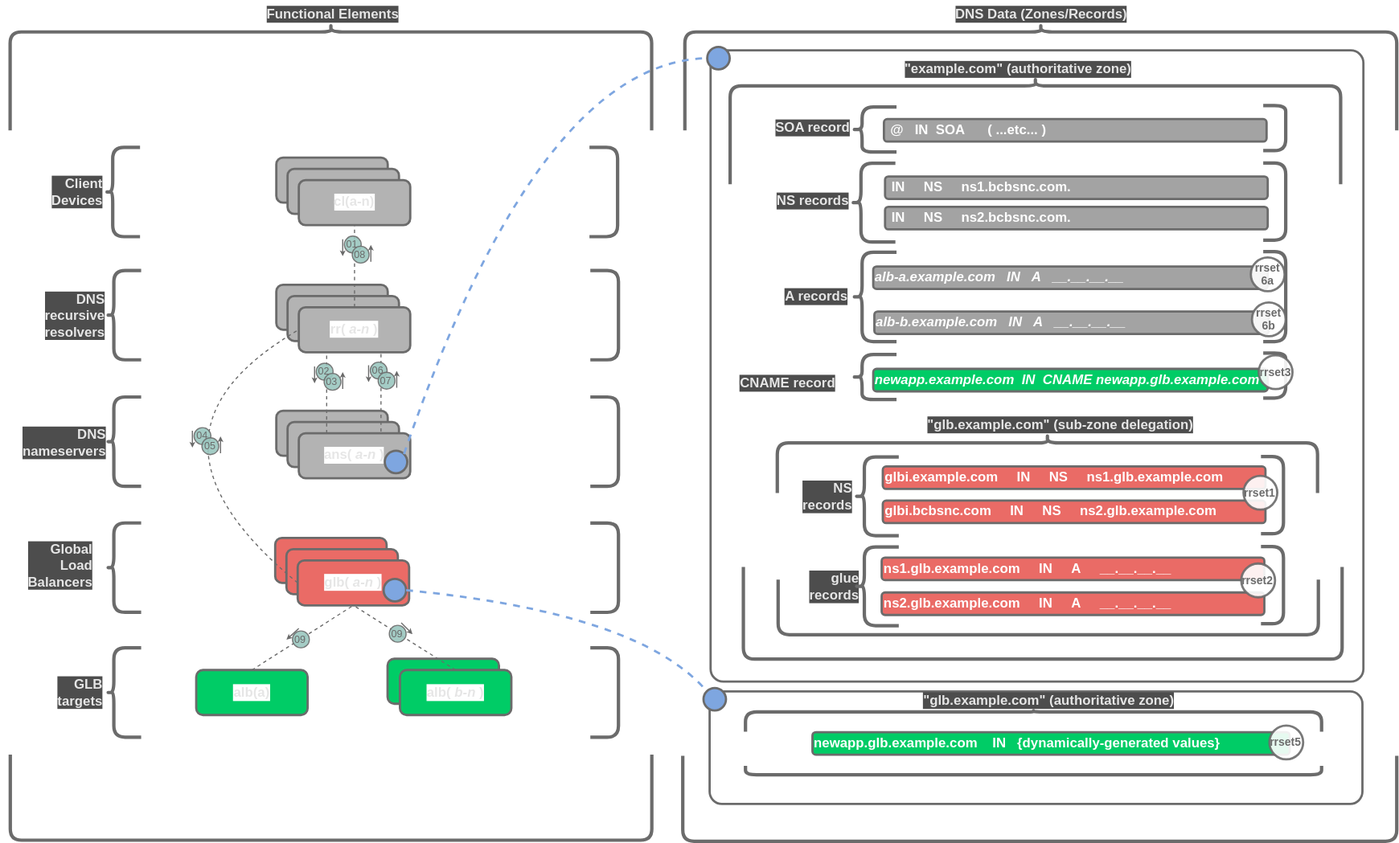
Above: pages/1/1 (dglb)/dglb-conceptual-1.drawio.svg in menckend/alpha (draw.io), before the change. Source tidied: cells renumbered, new cells last; positions are measured from the earlier drawing's top-left corner, leaving out a move shared by most shapes.
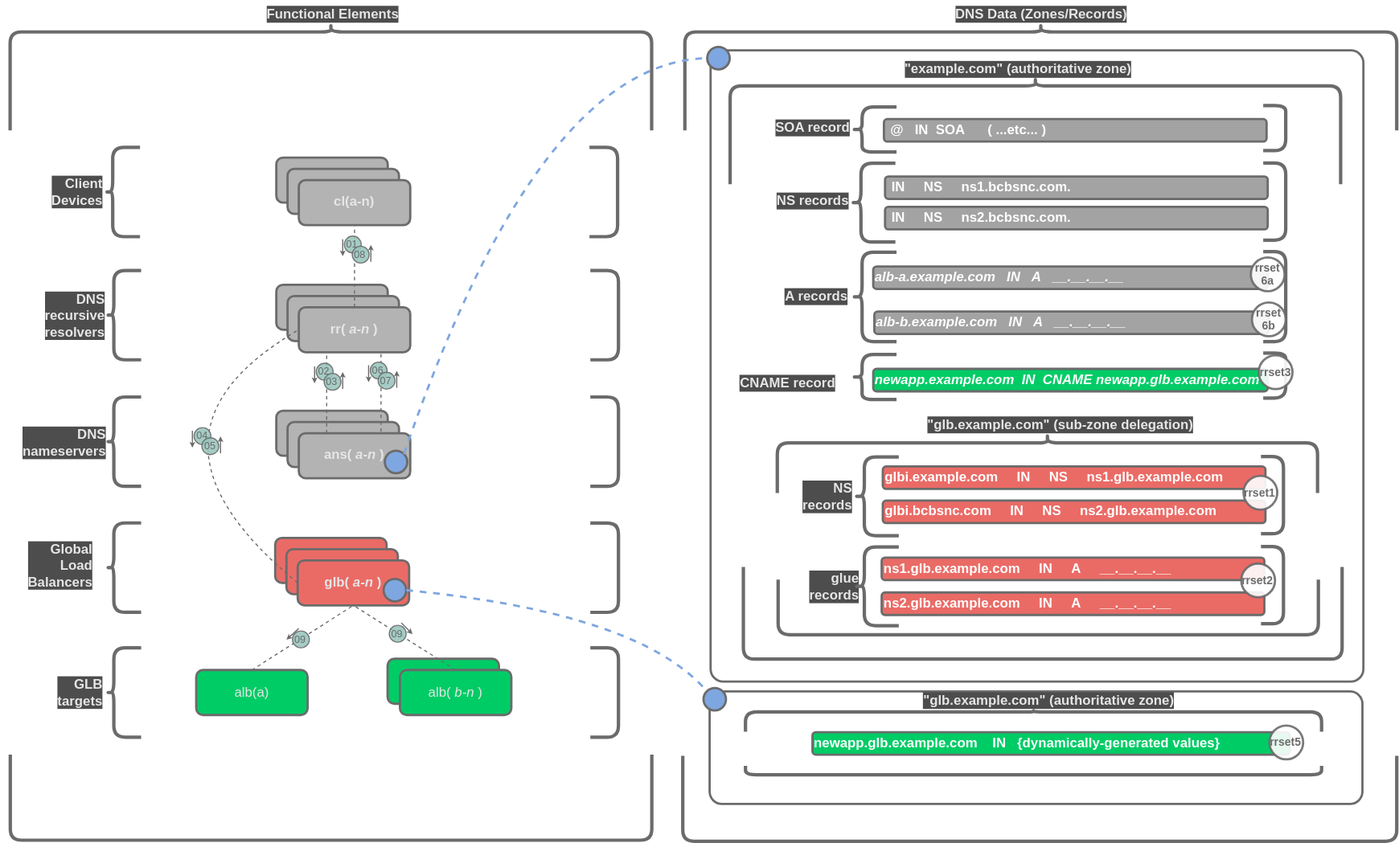
After the commit.

What changed in the source:
```diff
@@ -11,31 +11,31 @@
     <mxCell id="4" style="rounded=1;whiteSpace=wrap;html=1;strokeColor=#6B6B6B;strokeWidth=2;fontColor=#6B6B6B;align=center;fillColor=none;labelBackgroundColor=default;arcSize=2;" parent="1" vertex="1">
       <mxGeometry x="630.9" y="44" width="580" height="561.2" as="geometry" />
     </mxCell>
-    <mxCell id="5" style="rounded=1;whiteSpace=wrap;html=1;strokeColor=#6B6B6B;strokeWidth=2;fontColor=#6B6B6B;align=center;fillColor=#00CC66;labelBackgroundColor=default;" parent="1" vertex="1">
+    <mxCell id="5" style="rounded=1;whiteSpace=wrap;html=1;strokeColor=#6B6B6B;strokeWidth=2;fontColor=#6B6B6B;align=center;fillColor=#00CC66;labelBackgroundColor=none;fontStyle=0;" parent="1" vertex="1">
       <mxGeometry x="343.8" y="584.9" width="99" height="40" as="geometry" />
     </mxCell>
-    <mxCell id="6" value="cl(d)" style="rounded=1;whiteSpace=wrap;html=1;strokeColor=#6B6B6B;strokeWidth=2;fontColor=#6B6B6B;align=center;fillColor=#B3B3B3;labelBackgroundColor=default;" parent="1" vertex="1">
+    <mxCell id="6" value="cl(d)" style="rounded=1;whiteSpace=wrap;html=1;strokeColor=#6B6B6B;strokeWidth=2;fontColor=#6B6B6B;align=center;fillColor=#B3B3B3;labelBackgroundColor=none;" parent="1" vertex="1">
       <mxGeometry x="245" y="252.4" width="99" height="40" as="geometry" />
     </mxCell>
-    <mxCell id="7" value="cl(d)" style="rounded=1;whiteSpace=wrap;html=1;strokeColor=#6B6B6B;strokeWidth=2;fontColor=#6B6B6B;align=center;fillColor=#B3B3B3;labelBackgroundColor=default;" parent="1" vertex="1">
+    <mxCell id="7" value="cl(d)" style="rounded=1;whiteSpace=wrap;html=1;strokeColor=#6B6B6B;strokeWidth=2;fontColor=#6B6B6B;align=center;fillColor=#B3B3B3;labelBackgroundColor=none;" parent="1" vertex="1">
       <mxGeometry x="255" y="262.4" width="99" height="40" as="geometry" />
     </mxCell>
-    <mxCell id="8" value="&lt;b&gt;rr(&lt;i&gt;a-n&lt;/i&gt;)&lt;/b&gt;" style="rounded=1;whiteSpace=wrap;html=1;strokeColor=#6B6B6B;strokeWidth=2;fontColor=#E6E6E6;align=center;fillColor=#B3B3B3;labelBackgroundColor=default;" parent="1" vertex="1">
+    <mxCell id="8" value="&lt;b&gt;rr(&lt;i&gt;a-n&lt;/i&gt;)&lt;/b&gt;" style="rounded=1;whiteSpace=wrap;html=1;strokeColor=#6B6B6B;strokeWidth=2;fontColor=#E6E6E6;align=center;fillColor=#B3B3B3;labelBackgroundColor=none;" parent="1" vertex="1">
       <mxGeometry x="265" y="272.4" width="99" height="40" as="geometry" />
     </mxCell>
-    <mxCell id="9" value="cl(d)" style="rounded=1;whiteSpace=wrap;html=1;strokeColor=#6B6B6B;strokeWidth=2;fontColor=#6B6B6B;align=center;fillColor=#B3B3B3;labelBackgroundColor=default;" parent="1" vertex="1">
+    <mxCell id="9" value="cl(d)" style="rounded=1;whiteSpace=wrap;html=1;strokeColor=#6B6B6B;strokeWidth=2;fontColor=#6B6B6B;align=center;fillColor=#B3B3B3;labelBackgroundColor=none;" parent="1" vertex="1">
       <mxGeometry x="245" y="364.4" width="99" height="40" as="geometry" />
     </mxCell>
-    <mxCell id="10" value="cl(d)" style="rounded=1;whiteSpace=wrap;html=1;strokeColor=#6B6B6B;strokeWidth=2;fontColor=#6B6B6B;align=center;fillColor=#B3B3B3;labelBackgroundColor=default;" parent="1" vertex="1">
+    <mxCell id="10" value="cl(d)" style="rounded=1;whiteSpace=wrap;html=1;strokeColor=#6B6B6B;strokeWidth=2;fontColor=#6B6B6B;align=center;fillColor=#B3B3B3;labelBackgroundColor=none;" parent="1" vertex="1">
       <mxGeometry x="255" y="374.4" width="99" height="40" as="geometry" />
     </mxCell>
-    <mxCell id="11" value="cl(d)" style="rounded=1;whiteSpace=wrap;html=1;strokeColor=#6B6B6B;strokeWidth=2;fontColor=#6B6B6B;align=center;fillColor=#EA6B66;labelBackgroundColor=default;" parent="1" vertex="1">
+    <mxCell id="11" value="cl(d)" style="rounded=1;whiteSpace=wrap;html=1;strokeColor=#6B6B6B;strokeWidth=2;fontColor=#6B6B6B;align=center;fillColor=#EA6B66;labelBackgroundColor=none;" parent="1" vertex="1">
       <mxGeometry x="244" y="477.4" width="99" height="40" as="geometry" />
     </mxCell>
-    <mxCell id="12" value="cl(d)" style="rounded=1;whiteSpace=wrap;html=1;strokeColor=#6B6B6B;strokeWidth=2;fontColor=#6B6B6B;align=center;fillColor=#EA6B66;labelBackgroundColor=default;" parent="1" vertex="1">
+    <mxCell id="12" value="cl(d)" style="rounded=1;whiteSpace=wrap;html=1;strokeColor=#6B6B6B;strokeWidth=2;fontColor=#6B6B6B;align=center;fillColor=#EA6B66;labelBackgroundColor=none;" parent="1" vertex="1">
       <mxGeometry x="254" y="487.4" width="99" height="40" as="geometry" />
     </mxCell>
-    <mxCell id="13" value="&lt;b&gt;glb(&lt;i&gt;a-n&lt;/i&gt;)&lt;/b&gt;" style="rounded=1;whiteSpace=wrap;html=1;strokeColor=#6B6B6B;strokeWidth=2;fontColor=#E6E6E6;align=center;fillColor=#EA6B66;labelBackgroundColor=default;" parent="1" vertex="1">
+    <mxCell id="13" value="&lt;b&gt;glb(&lt;i&gt;a-n&lt;/i&gt;)&lt;/b&gt;" style="rounded=1;whiteSpace=wrap;html=1;strokeColor=#6B6B6B;strokeWidth=2;fontColor=#E6E6E6;align=center;fillColor=#EA6B66;labelBackgroundColor=none;" parent="1" vertex="1">
       <mxGeometry x="264" y="497.4" width="99" height="40" as="geometry" />
     </mxCell>
     <mxCell id="14" style="shape=curlyBracket;whiteSpace=wrap;html=1;rounded=1;labelPosition=left;verticalLabelPosition=middle;align=right;verticalAlign=middle;rotation=-180;strokeColor=#6B6B6B;strokeWidth=3;size=0;direction=east;labelBackgroundColor=none;fontColor=#5F636A;" parent="1" vertex="1">
@@ -65,7 +65,7 @@
     <mxCell id="22" style="shape=curlyBracket;whiteSpace=wrap;html=1;rounded=1;labelPosition=left;verticalLabelPosition=middle;align=right;verticalAlign=middle;rotation=-180;strokeColor=#6B6B6B;strokeWidth=3;size=0.19965210668728994;direction=west;labelBackgroundColor=none;fontColor=#5F636A;" parent="1" vertex="1">
       <mxGeometry x="94.6" y="352.2" width="30.3" height="79.4" as="geometry" />
     </mxCell>
-    <mxCell id="23" value="cl(d)" style="rounded=1;whiteSpace=wrap;html=1;strokeColor=#6B6B6B;strokeWidth=2;fontColor=#6B6B6B;align=center;fillColor=#B3B3B3;labelBackgroundColor=default;" parent="1" vertex="1">
+    <mxCell id="23" value="cl(d)" style="rounded=1;whiteSpace=wrap;html=1;strokeColor=#6B6B6B;strokeWidth=2;fontColor=#6B6B6B;align=center;fillColor=#B3B3B3;labelBackgroundColor=none;" parent="1" vertex="1">
       <mxGeometry x="245" y="139.4" width="99" height="40" as="geometry" />
     </mxCell>
     <mxCell id="24" style="shape=curlyBracket;whiteSpace=wrap;html=1;rounded=1;labelPosition=left;verticalLabelPosition=middle;align=right;verticalAlign=middle;rotation=-180;strokeColor=#6B6B6B;strokeWidth=3;size=0;direction=east;labelBackgroundColor=none;fontColor=#5F636A;" parent="1" vertex="1">
@@ -77,10 +77,10 @@
     <mxCell id="26" style="shape=curlyBracket;whiteSpace=wrap;html=1;rounded=1;labelPosition=left;verticalLabelPosition=middle;align=right;verticalAlign=middle;rotation=-180;strokeColor=#6B6B6B;strokeWidth=3;size=0.19965210668728994;direction=west;labelBackgroundColor=none;fontColor=#5F636A;" parent="1" vertex="1">
       <mxGeometry x="94.6" y="464.2" width="30.3" height="79.4" as="geometry" />
     </mxCell>
-    <mxCell id="27" value="cl(d)" style="rounded=1;whiteSpace=wrap;html=1;strokeColor=#6B6B6B;strokeWidth=2;fontColor=#6B6B6B;align=center;fillColor=#B3B3B3;labelBackgroundColor=default;" parent="1" vertex="1">
+    <mxCell id="27" value="cl(d)" style="rounded=1;whiteSpace=wrap;html=1;strokeColor=#6B6B6B;strokeWidth=2;fontColor=#6B6B6B;align=center;fillColor=#B3B3B3;labelBackgroundColor=none;" parent="1" vertex="1">
       <mxGeometry x="255" y="149.4" width="99" height="40" as="geometry" />
     </mxCell>
-    <mxCell id="28" value="&lt;b&gt;cl(a-n)&lt;/b&gt;" style="rounded=1;whiteSpace=wrap;html=1;strokeColor=#6B6B6B;strokeWidth=2;fontColor=#E6E6E6;align=center;fillColor=#B3B3B3;labelBackgroundColor=default;" parent="1" vertex="1">
+    <mxCell id="28" value="&lt;b&gt;cl(a-n)&lt;/b&gt;" style="rounded=1;whiteSpace=wrap;html=1;strokeColor=#6B6B6B;strokeWidth=2;fontColor=#E6E6E6;align=center;fillColor=#B3B3B3;labelBackgroundColor=none;" parent="1" vertex="1">
       <mxGeometry x="265" y="159.4" width="99" height="40" as="geometry" />
     </mxCell>
     <mxCell id="29" style="rounded=1;jettySize=auto;html=1;strokeColor=#6B6B6B;fontColor=#6B6B6B;startArrow=none;startFill=0;strokeWidth=1;endArrow=none;endFill=0;entryX=0.5;entryY=1;entryDx=0;entryDy=0;fontSize=13;fontStyle=1;labelBackgroundColor=default;endSize=4;startSize=4;dashed=1;exitX=0.5;exitY=0;exitDx=0;exitDy=0;" parent="1" edge="1" source="8" target="28">
@@ -159,7 +159,7 @@
     <mxCell id="46" style="shape=curlyBracket;whiteSpace=wrap;html=1;rounded=1;labelPosition=left;verticalLabelPosition=middle;align=right;verticalAlign=middle;rotation=-180;strokeColor=#6B6B6B;strokeWidth=3;size=0.19965210668728994;direction=west;labelBackgroundColor=none;fontColor=#5F636A;" parent="1" vertex="1">
       <mxGeometry x="94.6" y="575.2" width="30.3" height="79.4" as="geometry" />
     </mxCell>
-    <mxCell id="47" value="&lt;b&gt;alb(a)&lt;/b&gt;" style="rounded=1;whiteSpace=wrap;html=1;strokeColor=#6B6B6B;strokeWidth=2;fontColor=#E6E6E6;align=center;fillColor=#00CC66;labelBackgroundColor=default;" parent="1" vertex="1">
+    <mxCell id="47" value="&lt;span&gt;alb(a)&lt;/span&gt;" style="rounded=1;whiteSpace=wrap;html=1;strokeColor=#6B6B6B;strokeWidth=2;fontColor=#E6E6E6;align=center;fillColor=#00CC66;labelBackgroundColor=none;fontStyle=0;" parent="1" vertex="1">
       <mxGeometry x="173.8" y="594.9" width="99" height="40" as="geometry" />
     </mxCell>
     <mxCell id="48" style="rounded=1;jettySize=auto;html=1;strokeColor=#6B6B6B;fontColor=#6B6B6B;startArrow=none;startFill=0;strokeWidth=1;endArrow=none;endFill=0;entryX=0.5;entryY=1;entryDx=0;entryDy=0;fontSize=13;fontStyle=1;labelBackgroundColor=default;endSize=4;startSize=4;dashed=1;exitX=0.5;exitY=0;exitDx=0;exitDy=0;" parent="1" edge="1" source="47" target="13">
@@ -177,7 +177,7 @@
         <mxPoint x="366" y="563" as="targetPoint" />
       </mxGeometry>
     </mxCell>
-    <mxCell id="52" value="&lt;b&gt;alb(&lt;i&gt;b-n&lt;/i&gt;)&lt;/b&gt;" style="rounded=1;whiteSpace=wrap;html=1;strokeColor=#6B6B6B;strokeWidth=2;fontColor=#E6E6E6;align=center;fillColor=#00CC66;labelBackgroundColor=default;" parent="1" vertex="1">
+    <mxCell id="52" value="&lt;span&gt;alb(&lt;i&gt;b-n&lt;/i&gt;)&lt;/span&gt;" style="rounded=1;whiteSpace=wrap;html=1;strokeColor=#6B6B6B;strokeWidth=2;fontColor=#E6E6E6;align=center;fillColor=#00CC66;labelBackgroundColor=none;fontStyle=0;" parent="1" vertex="1">
       <mxGeometry x="354.8" y="594.9" width="99" height="40" as="geometry" />
     </mxCell>
     <mxCell id="53" style="shape=curlyBracket;whiteSpace=wrap;html=1;rounded=1;labelPosition=left;verticalLabelPosition=middle;align=right;verticalAlign=middle;rotation=-180;strokeColor=#6B6B6B;strokeWidth=3;size=0;direction=south;labelBackgroundColor=#C7C7C7;fontColor=#5F636A;" parent="1" vertex="1">
@@ -294,10 +294,10 @@
     <mxCell id="89" style="ellipse;whiteSpace=wrap;html=1;fillColor=#7EA6E0;strokeColor=#6B6B6B;strokeWidth=2;fontColor=#6B6B6B;fontSize=10;fontStyle=1;" parent="1" vertex="1">
       <mxGeometry x="627.9" y="41.1" width="20" height="20" as="geometry" />
     </mxCell>
-    <mxCell id="90" value="&lt;b&gt;ans(&lt;i&gt;a-n&lt;/i&gt;)&lt;/b&gt;" style="rounded=1;whiteSpace=wrap;html=1;strokeColor=#6B6B6B;strokeWidth=2;fontColor=#E6E6E6;align=center;fillColor=#B3B3B3;labelBackgroundColor=default;" parent="1" vertex="1">
+    <mxCell id="90" value="&lt;b&gt;ans(&lt;i&gt;a-n&lt;/i&gt;)&lt;/b&gt;" style="rounded=1;whiteSpace=wrap;html=1;strokeColor=#6B6B6B;strokeWidth=2;fontColor=#E6E6E6;align=center;fillColor=#B3B3B3;labelBackgroundColor=none;" parent="1" vertex="1">
       <mxGeometry x="265" y="384.4" width="99" height="40" as="geometry" />
     </mxCell>
-    <mxCell id="91" style="ellipse;whiteSpace=wrap;html=1;fillColor=#7EA6E0;strokeColor=#6B6B6B;strokeWidth=2;fontColor=#6B6B6B;fontSize=10;fontStyle=1;" parent="1" vertex="1">
+    <mxCell id="91" style="ellipse;whiteSpace=wrap;html=1;fillColor=#7EA6E0;strokeColor=#6B6B6B;strokeWidth=2;fontColor=#6B6B6B;fontSize=10;fontStyle=1;labelBackgroundColor=none;" parent="1" vertex="1">
       <mxGeometry x="341.4" y="400" width="20" height="20" as="geometry" />
     </mxCell>
     <mxCell id="92" style="jettySize=auto;html=1;strokeColor=#7EA6E0;fontColor=#6B6B6B;startArrow=none;startFill=0;strokeWidth=2;endArrow=none;endFill=0;fontSize=13;fontStyle=1;labelBackgroundColor=default;endSize=4;startSize=4;dashed=1;exitX=1;exitY=0;exitDx=0;exitDy=0;entryX=0;entryY=0.5;entryDx=0;entryDy=0;curved=1;" parent="1" edge="1" source="91" target="89">
@@ -319,7 +319,7 @@
     <mxCell id="96" style="ellipse;whiteSpace=wrap;html=1;fillColor=#7EA6E0;strokeColor=#6B6B6B;strokeWidth=2;fontColor=#6B6B6B;fontSize=10;fontStyle=1;" parent="1" vertex="1">
       <mxGeometry x="624.5" y="610.9" width="20" height="20" as="geometry" />
     </mxCell>
-    <mxCell id="97" style="ellipse;whiteSpace=wrap;html=1;fillColor=#7EA6E0;strokeColor=#6B6B6B;strokeWidth=2;fontColor=#6B6B6B;fontSize=10;fontStyle=1;" parent="1" vertex="1">
+    <mxCell id="97" style="ellipse;whiteSpace=wrap;html=1;fillColor=#7EA6E0;strokeColor=#6B6B6B;strokeWidth=2;fontColor=#6B6B6B;fontSize=10;fontStyle=1;labelBackgroundColor=none;" parent="1" vertex="1">
       <mxGeometry x="340.4" y="514" width="20" height="20" as="geometry" />
     </mxCell>
     <mxCell id="98" style="jettySize=auto;html=1;strokeColor=#7EA6E0;fontColor=#6B6B6B;startArrow=none;startFill=0;strokeWidth=2;endArrow=none;endFill=0;fontSize=13;fontStyle=1;labelBackgroundColor=default;endSize=4;startSize=4;dashed=1;exitX=1;exitY=0.5;exitDx=0;exitDy=0;entryX=0;entryY=0;entryDx=0;entryDy=0;curved=1;" parent="1" edge="1" source="97" target="96">
```
